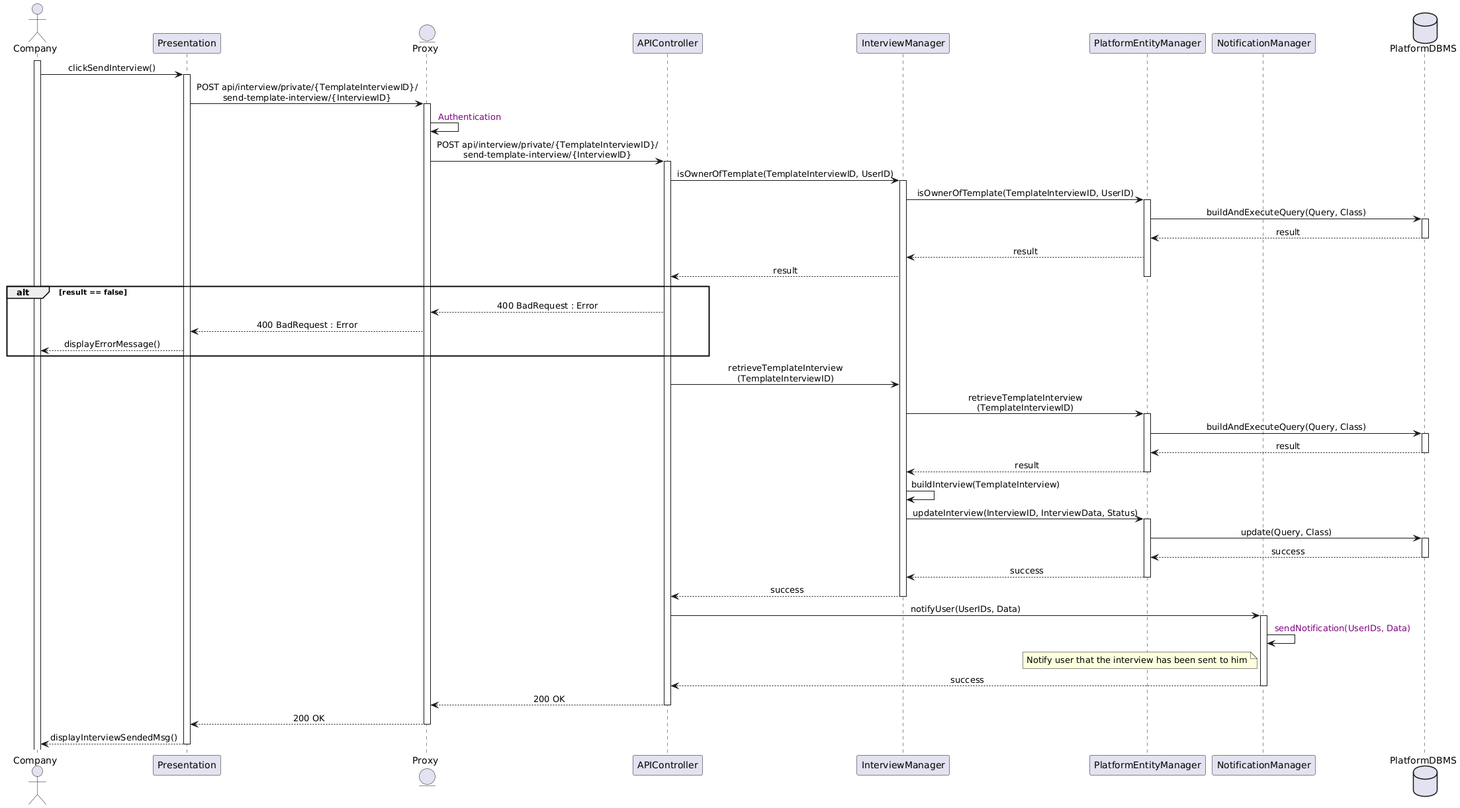
Slaitroc/RicciPaoliGrisoni keeps this PlantUML diagram as Diagrams/SequenceDiagrams/DD/Images/23CompanySendTemplateInterview.png. Above is the earlier version.
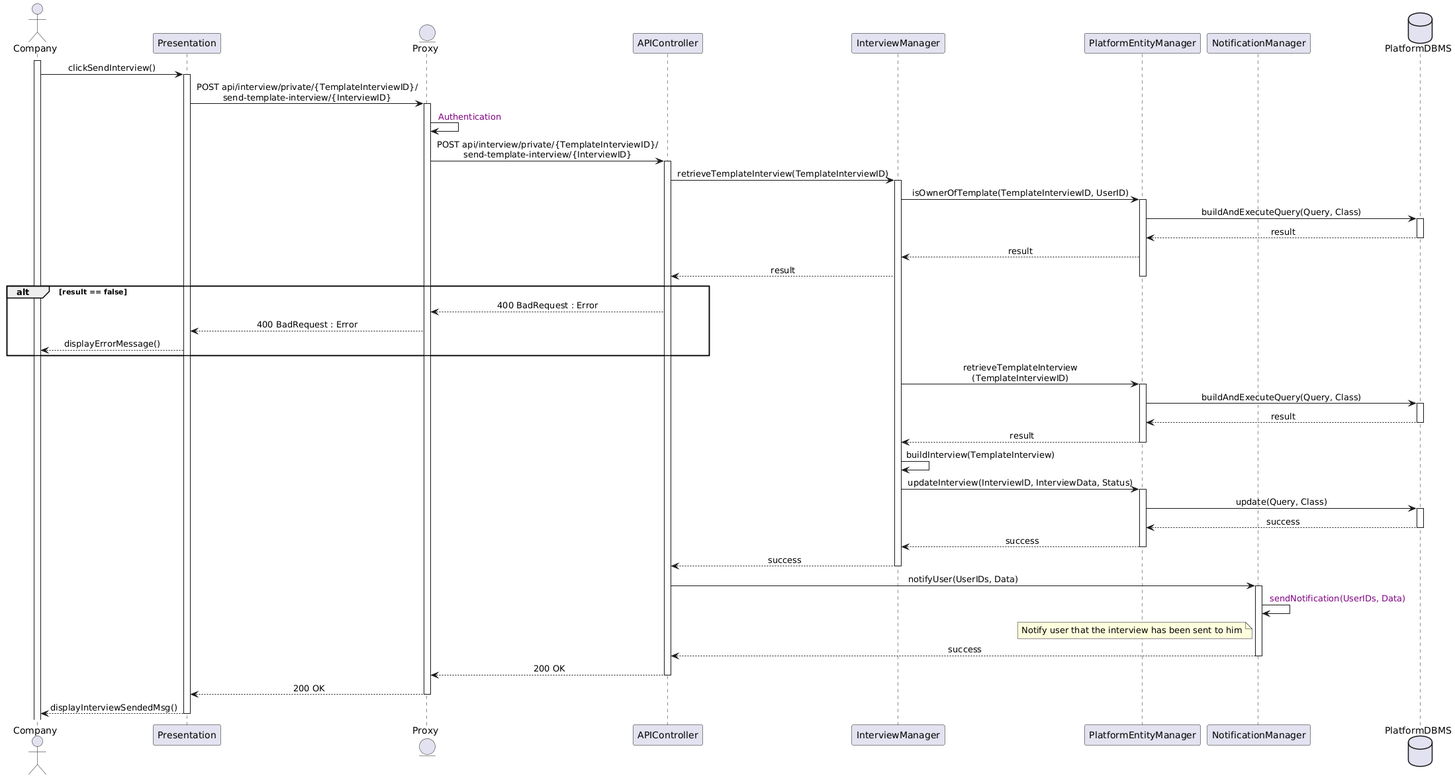
Above is the later version.

What changed in the source:
```diff
@@ -17,7 +17,7 @@
 Proxy -> Proxy : <color:purple> Authentication
 Proxy -> APIController : POST api/interview/private/{TemplateInterviewID}/\nsend-template-interview/{InterviewID}
 activate APIController
-APIController -> InterviewManager : isOwnerOfTemplate(TemplateInterviewID, UserID)
+APIController -> InterviewManager : retrieveTemplateInterview(TemplateInterviewID)
 activate InterviewManager
 InterviewManager -> PlatformEntityManager : isOwnerOfTemplate(TemplateInterviewID, UserID)
 activate PlatformEntityManager
@@ -33,7 +33,6 @@
     Proxy --> Presentation : 400 BadRequest : Error
     Presentation --> Company : displayErrorMessage()
 end
-APIController -> InterviewManager : retrieveTemplateInterview\n(TemplateInterviewID)
 InterviewManager -> PlatformEntityManager : retrieveTemplateInterview\n(TemplateInterviewID)
 activate PlatformEntityManager
 PlatformEntityManager -> PlatformDBMS : buildAndExecuteQuery(Query, Class)
```
